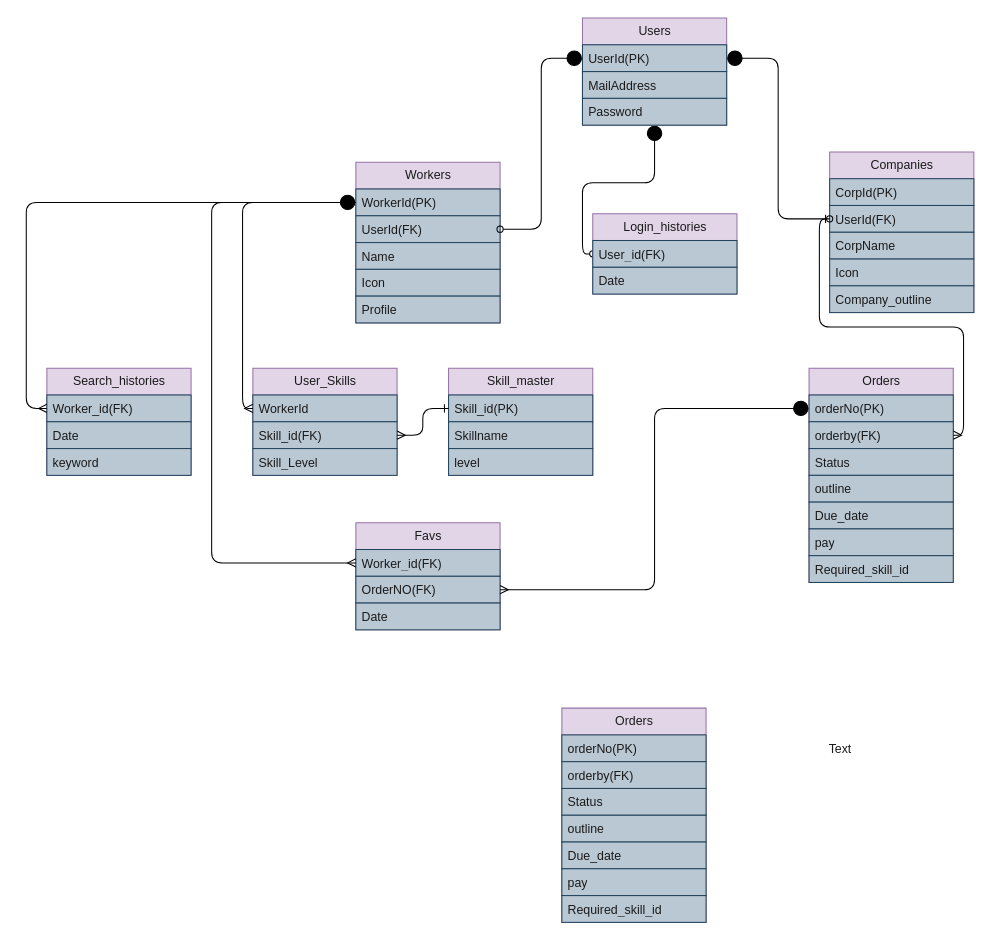
This is ER.drawio from shima-koh/STEP3_OPS, a draw.io file, before an edit. Source tidied: cells renumbered, new cells numbered last; positions are measured from the earlier drawing's top-left corner, leaving out a move shared by most shapes. Both pictures are drawn from the tidied source at 103%, with x=0, y=0 at pixel (26, 18).
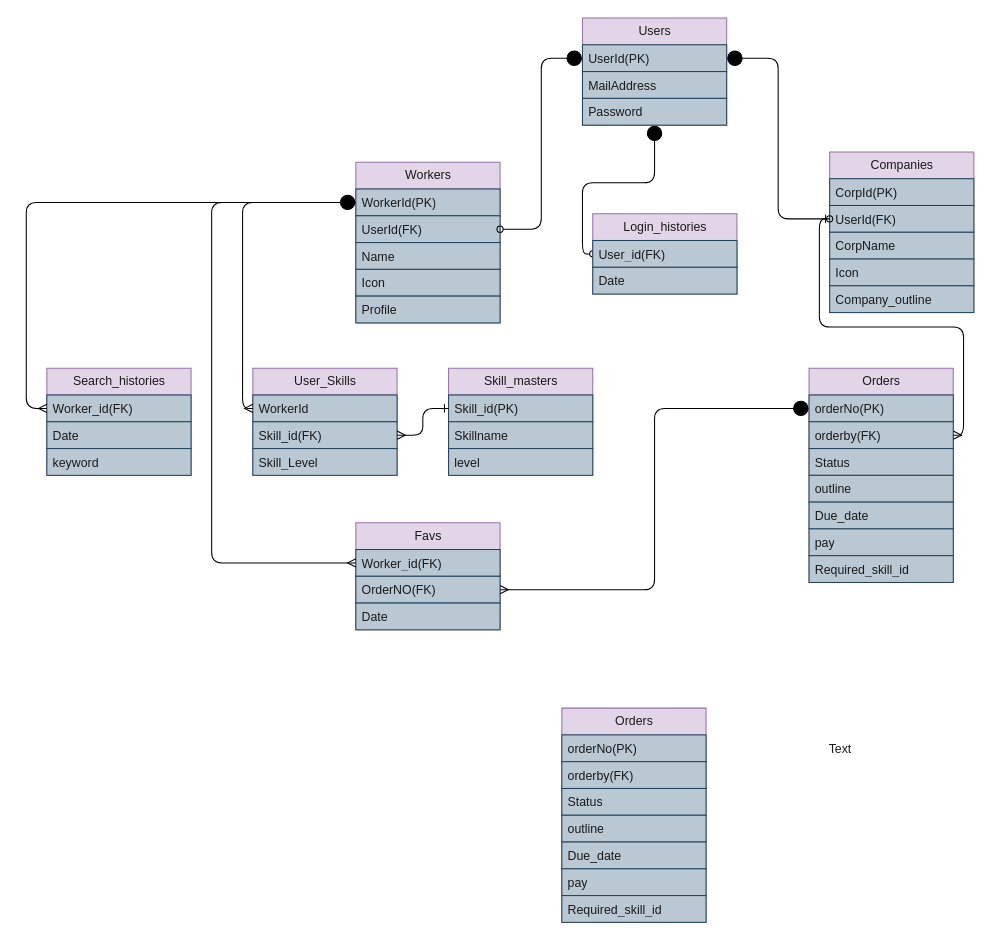
The same page after the edit.

What changed in the source:
```diff
@@
-    <mxCell id="29" value="&lt;font color=&quot;#1a1a1a&quot;&gt;Skill_master&lt;/font&gt;" style="swimlane;fontStyle=0;horizontal=1;startSize=26;fillColor=#e1d5e7;html=1;strokeColor=#9673a6;rounded=0;swimlaneLine=1;" parent="1" vertex="1">
+    <mxCell id="29" value="&lt;font color=&quot;#1a1a1a&quot;&gt;Skill_masters&lt;/font&gt;" style="swimlane;fontStyle=0;horizontal=1;startSize=26;fillColor=#e1d5e7;html=1;strokeColor=#9673a6;rounded=0;swimlaneLine=1;" parent="1" vertex="1">
       <mxGeometry x="410" y="340" width="140" height="104" as="geometry" />
     </mxCell>
```
